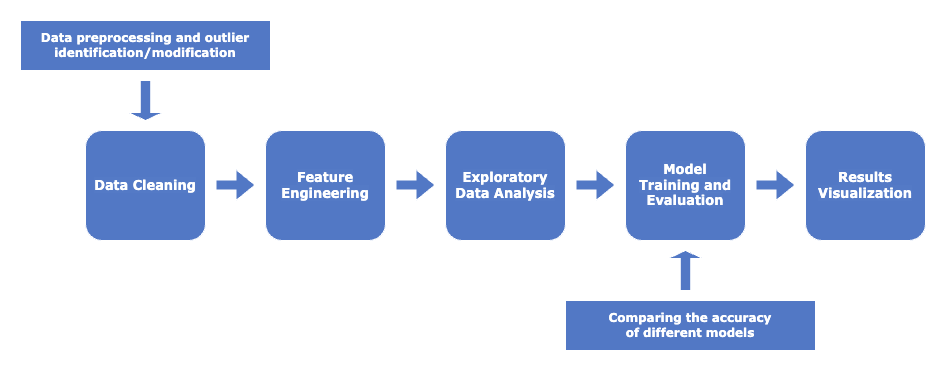
sjbmcg/data_science_group_project keeps this draw.io diagram as implementation/process.drawio.png. Above is the earlier version. Source tidied: cells renumbered, new cells last; positions are measured from the earlier drawing's top-left corner, leaving out a move shared by most shapes. The source it was exported from:
```xml
<mxGraphModel>
  <root>
    <mxCell id="0" />
    <mxCell id="1" parent="0" />
    <mxCell id="2" value="&lt;span style=&quot;color: rgb(255, 255, 255); font-family: Verdana; font-size: 13px; font-weight: 700; background-color: rgba(255, 255, 255, 0.01);&quot;&gt;Data Cleaning&lt;/span&gt;" style="rounded=1;whiteSpace=wrap;html=1;fillColor=#5278C5;strokeColor=#FFFFFF;" parent="1" vertex="1">
      <mxGeometry x="65" y="110" width="120" height="110" as="geometry" />
    </mxCell>
    <mxCell id="3" style="shape=flexArrow;endArrow=classic;html=1;rounded=0;fillColor=#5278C5;strokeColor=#FFFFFF;" parent="1" edge="1">
      <mxGeometry relative="1" as="geometry">
        <mxPoint x="195" y="164.5" as="sourcePoint" />
        <mxPoint x="235" y="164.5" as="targetPoint" />
      </mxGeometry>
    </mxCell>
    <mxCell id="4" value="&lt;span style=&quot;color: rgb(255, 255, 255); font-family: Verdana; font-size: 13px; font-weight: 700; background-color: rgba(255, 255, 255, 0.01);&quot;&gt;Feature Engineering&lt;/span&gt;" style="rounded=1;whiteSpace=wrap;html=1;fillColor=#5278C5;strokeColor=#FFFFFF;" parent="1" vertex="1">
      <mxGeometry x="245" y="110" width="120" height="110" as="geometry" />
    </mxCell>
    <mxCell id="5" style="shape=flexArrow;endArrow=classic;html=1;rounded=0;fillColor=#5278C5;strokeColor=#FFFFFF;" parent="1" edge="1">
      <mxGeometry relative="1" as="geometry">
        <mxPoint x="375" y="164.5" as="sourcePoint" />
        <mxPoint x="415" y="164.5" as="targetPoint" />
      </mxGeometry>
    </mxCell>
    <mxCell id="6" value="&lt;span style=&quot;color: rgb(255, 255, 255); font-family: Verdana; font-size: 13px; font-weight: 700; background-color: rgba(255, 255, 255, 0.01);&quot;&gt;Exploratory Data Analysis&lt;/span&gt;" style="rounded=1;whiteSpace=wrap;html=1;fillColor=#5278C5;strokeColor=#FFFFFF;" parent="1" vertex="1">
      <mxGeometry x="425" y="110" width="120" height="110" as="geometry" />
    </mxCell>
    <mxCell id="7" style="shape=flexArrow;endArrow=classic;html=1;rounded=0;fillColor=#5278C5;strokeColor=#FFFFFF;" parent="1" edge="1">
      <mxGeometry relative="1" as="geometry">
        <mxPoint x="555" y="164.5" as="sourcePoint" />
        <mxPoint x="595" y="164.5" as="targetPoint" />
      </mxGeometry>
    </mxCell>
    <mxCell id="8" value="&lt;span style=&quot;color: rgb(255, 255, 255); font-family: Verdana; font-size: 13px; font-weight: 700; background-color: rgba(255, 255, 255, 0.01);&quot;&gt;Model &lt;br&gt;Training and Evaluation&lt;/span&gt;" style="rounded=1;whiteSpace=wrap;html=1;fillColor=#5278C5;strokeColor=#FFFFFF;" parent="1" vertex="1">
      <mxGeometry x="605" y="110" width="120" height="110" as="geometry" />
    </mxCell>
    <mxCell id="9" style="shape=flexArrow;endArrow=classic;html=1;rounded=0;fillColor=#5278C5;strokeColor=#FFFFFF;" parent="1" edge="1">
      <mxGeometry relative="1" as="geometry">
        <mxPoint x="735" y="164.5" as="sourcePoint" />
        <mxPoint x="775" y="164.5" as="targetPoint" />
      </mxGeometry>
    </mxCell>
    <mxCell id="10" value="&lt;span style=&quot;color: rgb(255, 255, 255); font-family: Verdana; font-size: 13px; font-weight: 700; background-color: rgba(255, 255, 255, 0.01);&quot;&gt;Results Visualization&lt;/span&gt;&lt;span style=&quot;color: rgb(255, 255, 255); font-family: Verdana; font-size: 13px; font-weight: 700; background-color: rgba(255, 255, 255, 0.01);&quot;&gt;&lt;br&gt;&lt;/span&gt;" style="rounded=1;whiteSpace=wrap;html=1;fillColor=#5278C5;strokeColor=#FFFFFF;" parent="1" vertex="1">
      <mxGeometry x="785" y="110" width="120" height="110" as="geometry" />
    </mxCell>
    <mxCell id="11" value="&lt;font style=&quot;font-size: 12px;&quot; face=&quot;Verdana&quot; color=&quot;#ffffff&quot;&gt;&lt;b style=&quot;&quot;&gt;Data preprocessing and outlier identification/modification&lt;/b&gt;&lt;/font&gt;" style="rounded=0;whiteSpace=wrap;html=1;fillColor=#5278C5;strokeColor=#FFFFFF;" parent="1" vertex="1">
      <mxGeometry width="250" height="50" as="geometry" />
    </mxCell>
    <mxCell id="12" value="&lt;font face=&quot;Verdana&quot; color=&quot;#ffffff&quot;&gt;&lt;b&gt;Comparing the accuracy &lt;br&gt;of different models&lt;/b&gt;&lt;/font&gt;" style="rounded=0;whiteSpace=wrap;html=1;fillColor=#5278C5;strokeColor=#FFFFFF;" parent="1" vertex="1">
      <mxGeometry x="545" y="280" width="250" height="50" as="geometry" />
    </mxCell>
    <mxCell id="13" style="shape=singleArrow;direction=south;whiteSpace=wrap;html=1;fillColor=#5278C5;strokeColor=#FFFFFF;" parent="1" vertex="1">
      <mxGeometry x="107.5" y="60" width="35" height="40" as="geometry" />
    </mxCell>
    <mxCell id="14" style="shape=singleArrow;direction=south;whiteSpace=wrap;html=1;fillColor=#5278C5;strokeColor=#FFFFFF;rotation=-180;" parent="1" vertex="1">
      <mxGeometry x="647.5" y="230" width="35" height="40" as="geometry" />
    </mxCell>
  </root>
</mxGraphModel>
```
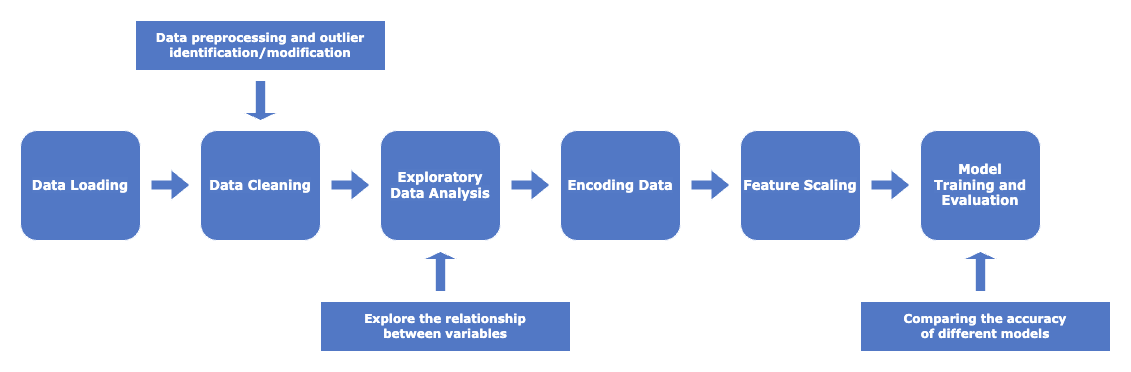
Above is the later version.

The edit, as a diff of the source:
```diff
@@ -11,7 +11,7 @@
         <mxPoint x="235" y="164.5" as="targetPoint" />
       </mxGeometry>
     </mxCell>
-    <mxCell id="4" value="&lt;span style=&quot;color: rgb(255, 255, 255); font-family: Verdana; font-size: 13px; font-weight: 700; background-color: rgba(255, 255, 255, 0.01);&quot;&gt;Feature Engineering&lt;/span&gt;" style="rounded=1;whiteSpace=wrap;html=1;fillColor=#5278C5;strokeColor=#FFFFFF;" parent="1" vertex="1">
+    <mxCell id="4" value="&lt;span style=&quot;color: rgb(255, 255, 255); font-family: Verdana; font-size: 13px; font-weight: 700; background-color: rgba(255, 255, 255, 0.01);&quot;&gt;Exploratory Data Analysis&lt;/span&gt;" style="rounded=1;whiteSpace=wrap;html=1;fillColor=#5278C5;strokeColor=#FFFFFF;" parent="1" vertex="1">
       <mxGeometry x="245" y="110" width="120" height="110" as="geometry" />
     </mxCell>
     <mxCell id="5" style="shape=flexArrow;endArrow=classic;html=1;rounded=0;fillColor=#5278C5;strokeColor=#FFFFFF;" parent="1" edge="1">
@@ -20,7 +20,7 @@
         <mxPoint x="415" y="164.5" as="targetPoint" />
       </mxGeometry>
     </mxCell>
-    <mxCell id="6" value="&lt;span style=&quot;color: rgb(255, 255, 255); font-family: Verdana; font-size: 13px; font-weight: 700; background-color: rgba(255, 255, 255, 0.01);&quot;&gt;Exploratory Data Analysis&lt;/span&gt;" style="rounded=1;whiteSpace=wrap;html=1;fillColor=#5278C5;strokeColor=#FFFFFF;" parent="1" vertex="1">
+    <mxCell id="6" value="&lt;span style=&quot;color: rgb(255, 255, 255); font-family: Verdana; font-size: 13px; font-weight: 700; background-color: rgba(255, 255, 255, 0.01);&quot;&gt;Encoding Data&lt;/span&gt;" style="rounded=1;whiteSpace=wrap;html=1;fillColor=#5278C5;strokeColor=#FFFFFF;" parent="1" vertex="1">
       <mxGeometry x="425" y="110" width="120" height="110" as="geometry" />
     </mxCell>
     <mxCell id="7" style="shape=flexArrow;endArrow=classic;html=1;rounded=0;fillColor=#5278C5;strokeColor=#FFFFFF;" parent="1" edge="1">
@@ -29,7 +29,7 @@
         <mxPoint x="595" y="164.5" as="targetPoint" />
       </mxGeometry>
     </mxCell>
-    <mxCell id="8" value="&lt;span style=&quot;color: rgb(255, 255, 255); font-family: Verdana; font-size: 13px; font-weight: 700; background-color: rgba(255, 255, 255, 0.01);&quot;&gt;Model &lt;br&gt;Training and Evaluation&lt;/span&gt;" style="rounded=1;whiteSpace=wrap;html=1;fillColor=#5278C5;strokeColor=#FFFFFF;" parent="1" vertex="1">
+    <mxCell id="8" value="&lt;font face=&quot;Verdana&quot; color=&quot;#ffffff&quot;&gt;&lt;span style=&quot;font-size: 13px; background-color: rgba(255, 255, 255, 0.01);&quot;&gt;&lt;b&gt;Feature Scaling&lt;/b&gt;&lt;/span&gt;&lt;/font&gt;" style="rounded=1;whiteSpace=wrap;html=1;fillColor=#5278C5;strokeColor=#FFFFFF;" parent="1" vertex="1">
       <mxGeometry x="605" y="110" width="120" height="110" as="geometry" />
     </mxCell>
     <mxCell id="9" style="shape=flexArrow;endArrow=classic;html=1;rounded=0;fillColor=#5278C5;strokeColor=#FFFFFF;" parent="1" edge="1">
@@ -38,20 +38,35 @@
         <mxPoint x="775" y="164.5" as="targetPoint" />
       </mxGeometry>
     </mxCell>
-    <mxCell id="10" value="&lt;span style=&quot;color: rgb(255, 255, 255); font-family: Verdana; font-size: 13px; font-weight: 700; background-color: rgba(255, 255, 255, 0.01);&quot;&gt;Results Visualization&lt;/span&gt;&lt;span style=&quot;color: rgb(255, 255, 255); font-family: Verdana; font-size: 13px; font-weight: 700; background-color: rgba(255, 255, 255, 0.01);&quot;&gt;&lt;br&gt;&lt;/span&gt;" style="rounded=1;whiteSpace=wrap;html=1;fillColor=#5278C5;strokeColor=#FFFFFF;" parent="1" vertex="1">
+    <mxCell id="10" value="&lt;span style=&quot;background-color: rgba(255, 255, 255, 0.01);&quot;&gt;&lt;font face=&quot;Verdana&quot; color=&quot;#ffffff&quot;&gt;&lt;span style=&quot;font-size: 13px;&quot;&gt;&lt;b&gt;Model &lt;br&gt;Training and &lt;br&gt;Evaluation&lt;/b&gt;&lt;/span&gt;&lt;/font&gt;&lt;br&gt;&lt;/span&gt;" style="rounded=1;whiteSpace=wrap;html=1;fillColor=#5278C5;strokeColor=#FFFFFF;" parent="1" vertex="1">
       <mxGeometry x="785" y="110" width="120" height="110" as="geometry" />
     </mxCell>
     <mxCell id="11" value="&lt;font style=&quot;font-size: 12px;&quot; face=&quot;Verdana&quot; color=&quot;#ffffff&quot;&gt;&lt;b style=&quot;&quot;&gt;Data preprocessing and outlier identification/modification&lt;/b&gt;&lt;/font&gt;" style="rounded=0;whiteSpace=wrap;html=1;fillColor=#5278C5;strokeColor=#FFFFFF;" parent="1" vertex="1">
       <mxGeometry width="250" height="50" as="geometry" />
     </mxCell>
     <mxCell id="12" value="&lt;font face=&quot;Verdana&quot; color=&quot;#ffffff&quot;&gt;&lt;b&gt;Comparing the accuracy &lt;br&gt;of different models&lt;/b&gt;&lt;/font&gt;" style="rounded=0;whiteSpace=wrap;html=1;fillColor=#5278C5;strokeColor=#FFFFFF;" parent="1" vertex="1">
-      <mxGeometry x="545" y="280" width="250" height="50" as="geometry" />
+      <mxGeometry x="725" y="281" width="250" height="50" as="geometry" />
     </mxCell>
     <mxCell id="13" style="shape=singleArrow;direction=south;whiteSpace=wrap;html=1;fillColor=#5278C5;strokeColor=#FFFFFF;" parent="1" vertex="1">
       <mxGeometry x="107.5" y="60" width="35" height="40" as="geometry" />
     </mxCell>
     <mxCell id="14" style="shape=singleArrow;direction=south;whiteSpace=wrap;html=1;fillColor=#5278C5;strokeColor=#FFFFFF;rotation=-180;" parent="1" vertex="1">
-      <mxGeometry x="647.5" y="230" width="35" height="40" as="geometry" />
+      <mxGeometry x="827.5" y="231" width="35" height="40" as="geometry" />
     </mxCell>
+    <mxCell id="15" value="&lt;span style=&quot;color: rgb(255, 255, 255); font-family: Verdana; font-size: 13px; font-weight: 700; background-color: rgba(255, 255, 255, 0.01);&quot;&gt;Data Loading&lt;/span&gt;" style="rounded=1;whiteSpace=wrap;html=1;fillColor=#5278C5;strokeColor=#FFFFFF;" parent="1" vertex="1">
+      <mxGeometry x="-115" y="110" width="120" height="110" as="geometry" />
+    </mxCell>
+    <mxCell id="16" style="shape=flexArrow;endArrow=classic;html=1;rounded=0;fillColor=#5278C5;strokeColor=#FFFFFF;" parent="1" edge="1">
+      <mxGeometry relative="1" as="geometry">
+        <mxPoint x="15" y="164.5" as="sourcePoint" />
+        <mxPoint x="55" y="164.5" as="targetPoint" />
+      </mxGeometry>
+    </mxCell>
+    <mxCell id="17" value="&lt;font face=&quot;Verdana&quot; color=&quot;#ffffff&quot;&gt;&lt;b&gt;Explore the relationship &lt;br&gt;between variables&lt;/b&gt;&lt;/font&gt;" style="rounded=0;whiteSpace=wrap;html=1;fillColor=#5278C5;strokeColor=#FFFFFF;" parent="1" vertex="1">
+      <mxGeometry x="185" y="281" width="250" height="50" as="geometry" />
+    </mxCell>
+    <mxCell id="18" style="shape=singleArrow;direction=south;whiteSpace=wrap;html=1;fillColor=#5278C5;strokeColor=#FFFFFF;rotation=-180;" parent="1" vertex="1">
+      <mxGeometry x="287.5" y="231" width="35" height="40" as="geometry" />
+    </mxCell>
   </root>
 </mxGraphModel>
```
